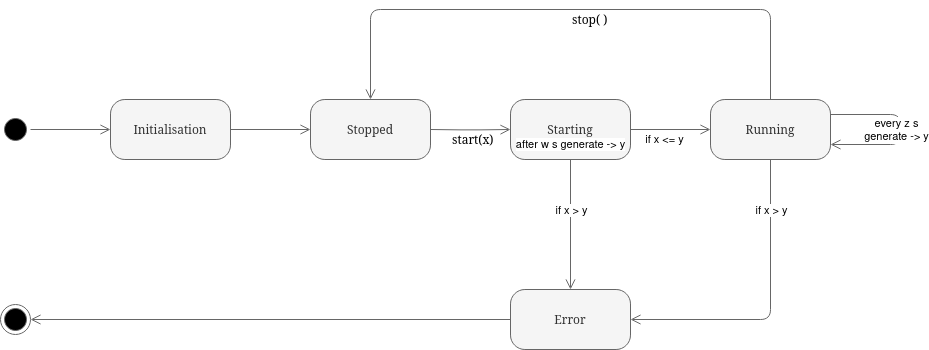
The draw.io diagram resources/state_diagram.png in danyk20/CMS_DAQ_simulation, before a commit. Source tidied: cells renumbered, new cells last; positions are measured from the earlier drawing's top-left corner, leaving out a move shared by most shapes. Its diagram source:
```xml
<mxGraphModel>
  <root>
    <mxCell id="0" />
    <mxCell id="1" parent="0" />
    <mxCell id="2" style="ellipse;html=1;shape=startState;fillColor=#000000;strokeColor=#666666;rounded=1;shadow=0;comic=0;labelBackgroundColor=none;fontFamily=Verdana;fontSize=12;fontColor=#000000;align=center;direction=south;" parent="1" vertex="1">
      <mxGeometry y="105" width="30" height="30" as="geometry" />
    </mxCell>
    <mxCell id="3" value="Initialisation" style="rounded=1;whiteSpace=wrap;html=1;arcSize=24;fillColor=#f5f5f5;strokeColor=#666666;shadow=0;comic=0;labelBackgroundColor=none;fontFamily=Verdana;fontSize=12;fontColor=#333333;align=center;" parent="1" vertex="1">
      <mxGeometry x="110" y="90" width="120" height="60" as="geometry" />
    </mxCell>
    <mxCell id="4" style="edgeStyle=orthogonalEdgeStyle;html=1;labelBackgroundColor=none;endArrow=open;endSize=8;strokeColor=#666666;fontFamily=Verdana;fontSize=12;align=left;" parent="1" edge="1" source="2" target="3">
      <mxGeometry relative="1" as="geometry" />
    </mxCell>
    <mxCell id="5" value="&lt;div&gt;Stopped&lt;/div&gt;" style="rounded=1;whiteSpace=wrap;html=1;arcSize=24;fillColor=#f5f5f5;strokeColor=#666666;shadow=0;comic=0;labelBackgroundColor=none;fontFamily=Verdana;fontSize=12;fontColor=#333333;align=center;" parent="1" vertex="1">
      <mxGeometry x="310" y="90" width="120" height="60" as="geometry" />
    </mxCell>
    <mxCell id="6" style="edgeStyle=orthogonalEdgeStyle;html=1;labelBackgroundColor=none;endArrow=open;endSize=8;strokeColor=#666666;fontFamily=Verdana;fontSize=12;align=left;entryX=0;entryY=0.5;entryDx=0;entryDy=0;exitX=1;exitY=0.5;exitDx=0;exitDy=0;" parent="1" edge="1" source="3" target="5">
      <mxGeometry relative="1" as="geometry" />
    </mxCell>
    <mxCell id="7" value="Starting" style="rounded=1;whiteSpace=wrap;html=1;arcSize=24;fillColor=#f5f5f5;strokeColor=#666666;shadow=0;comic=0;labelBackgroundColor=none;fontFamily=Verdana;fontSize=12;fontColor=#333333;align=center;" parent="1" vertex="1">
      <mxGeometry x="510" y="90" width="120" height="60" as="geometry" />
    </mxCell>
    <mxCell id="8" value="start(x)" style="edgeStyle=orthogonalEdgeStyle;html=1;labelBackgroundColor=none;endArrow=open;endSize=8;strokeColor=#666666;fontFamily=Verdana;fontSize=12;align=left;entryX=0;entryY=0.5;entryDx=0;entryDy=0;" parent="1" edge="1" target="7">
      <mxGeometry x="-0.5" y="-10" relative="1" as="geometry">
        <mxPoint x="430" y="120" as="sourcePoint" />
      </mxGeometry>
    </mxCell>
    <mxCell id="9" value="&lt;div&gt;Running&lt;/div&gt;" style="rounded=1;whiteSpace=wrap;html=1;arcSize=24;fillColor=#f5f5f5;strokeColor=#666666;shadow=0;comic=0;labelBackgroundColor=none;fontFamily=Verdana;fontSize=12;fontColor=#333333;align=center;" parent="1" vertex="1">
      <mxGeometry x="710" y="90" width="120" height="60" as="geometry" />
    </mxCell>
    <mxCell id="10" style="edgeStyle=orthogonalEdgeStyle;html=1;labelBackgroundColor=none;endArrow=open;endSize=8;strokeColor=#666666;fontFamily=Verdana;fontSize=12;align=left;exitX=1;exitY=0.5;exitDx=0;exitDy=0;" parent="1" edge="1" source="7" target="9">
      <mxGeometry relative="1" as="geometry" />
    </mxCell>
    <mxCell id="11" value="&lt;div&gt;Error&lt;/div&gt;" style="rounded=1;whiteSpace=wrap;html=1;arcSize=24;fillColor=#f5f5f5;strokeColor=#666666;shadow=0;comic=0;labelBackgroundColor=none;fontFamily=Verdana;fontSize=12;fontColor=#333333;align=center;" parent="1" vertex="1">
      <mxGeometry x="510" y="280" width="120" height="60" as="geometry" />
    </mxCell>
    <mxCell id="12" style="edgeStyle=orthogonalEdgeStyle;html=1;labelBackgroundColor=none;endArrow=open;endSize=8;strokeColor=#666666;fontFamily=Verdana;fontSize=12;align=left;entryX=0.5;entryY=0;entryDx=0;entryDy=0;exitX=0.5;exitY=1;exitDx=0;exitDy=0;" parent="1" edge="1" source="7" target="11">
      <mxGeometry relative="1" as="geometry" />
    </mxCell>
    <mxCell id="13" value="if x &amp;gt; y" style="edgeLabel;html=1;align=center;verticalAlign=middle;" parent="12" vertex="1">
      <mxGeometry x="-0.3" relative="1" as="geometry">
        <mxPoint y="4" as="offset" />
      </mxGeometry>
    </mxCell>
    <mxCell id="14" style="edgeStyle=orthogonalEdgeStyle;html=1;labelBackgroundColor=none;endArrow=open;endSize=8;strokeColor=#666666;fontFamily=Verdana;fontSize=12;align=left;entryX=1;entryY=0.5;entryDx=0;entryDy=0;exitX=0.5;exitY=1;exitDx=0;exitDy=0;" parent="1" edge="1" source="9" target="11">
      <mxGeometry relative="1" as="geometry" />
    </mxCell>
    <mxCell id="15" value="if x &amp;gt; y" style="edgeLabel;html=1;align=center;verticalAlign=middle;" parent="14" vertex="1">
      <mxGeometry x="-0.16" y="1" relative="1" as="geometry">
        <mxPoint x="-1" y="-76" as="offset" />
      </mxGeometry>
    </mxCell>
    <mxCell id="16" style="ellipse;html=1;shape=endState;fillColor=#000000;strokeColor=#666666;rounded=1;shadow=0;comic=0;labelBackgroundColor=none;fontFamily=Verdana;fontSize=12;fontColor=#000000;align=center;" parent="1" vertex="1">
      <mxGeometry y="295" width="30" height="30" as="geometry" />
    </mxCell>
    <mxCell id="17" style="edgeStyle=orthogonalEdgeStyle;html=1;labelBackgroundColor=none;endArrow=open;endSize=8;strokeColor=#666666;fontFamily=Verdana;fontSize=12;align=left;entryX=1;entryY=0.5;entryDx=0;entryDy=0;exitX=0;exitY=0.5;exitDx=0;exitDy=0;" parent="1" edge="1" source="11" target="16">
      <mxGeometry relative="1" as="geometry" />
    </mxCell>
    <mxCell id="18" value="stop( )" style="edgeStyle=orthogonalEdgeStyle;html=1;labelBackgroundColor=none;endArrow=open;endSize=8;strokeColor=#666666;fontFamily=Verdana;fontSize=12;align=left;entryX=0.5;entryY=0;entryDx=0;entryDy=0;exitX=0.5;exitY=0;exitDx=0;exitDy=0;" parent="1" edge="1" source="9" target="5">
      <mxGeometry y="10" relative="1" as="geometry">
        <Array as="points">
          <mxPoint x="770" />
          <mxPoint x="370" />
        </Array>
      </mxGeometry>
    </mxCell>
    <mxCell id="19" style="edgeStyle=orthogonalEdgeStyle;html=1;labelBackgroundColor=none;endArrow=open;endSize=8;strokeColor=#666666;fontFamily=Verdana;fontSize=12;align=left;entryX=1;entryY=0.75;entryDx=0;entryDy=0;exitX=1;exitY=0.25;exitDx=0;exitDy=0;" parent="1" edge="1" source="9" target="9">
      <mxGeometry relative="1" as="geometry">
        <Array as="points">
          <mxPoint x="900" y="105" />
          <mxPoint x="900" y="135" />
        </Array>
      </mxGeometry>
    </mxCell>
    <mxCell id="20" value="every z s&lt;br&gt;generate -&amp;gt; y" style="edgeLabel;html=1;align=center;verticalAlign=middle;" parent="19" vertex="1">
      <mxGeometry x="0.35" relative="1" as="geometry">
        <mxPoint x="10" y="-15" as="offset" />
      </mxGeometry>
    </mxCell>
    <mxCell id="21" value="after w s generate -&amp;gt; y" style="edgeLabel;html=1;align=center;verticalAlign=middle;" parent="1" vertex="1">
      <mxGeometry x="570" y="135" as="geometry" />
    </mxCell>
    <mxCell id="22" value="if x &amp;lt;= y" style="edgeLabel;html=1;align=center;verticalAlign=middle;" parent="1" vertex="1">
      <mxGeometry x="670" y="130" as="geometry">
        <mxPoint x="-6" as="offset" />
      </mxGeometry>
    </mxCell>
  </root>
</mxGraphModel>
```
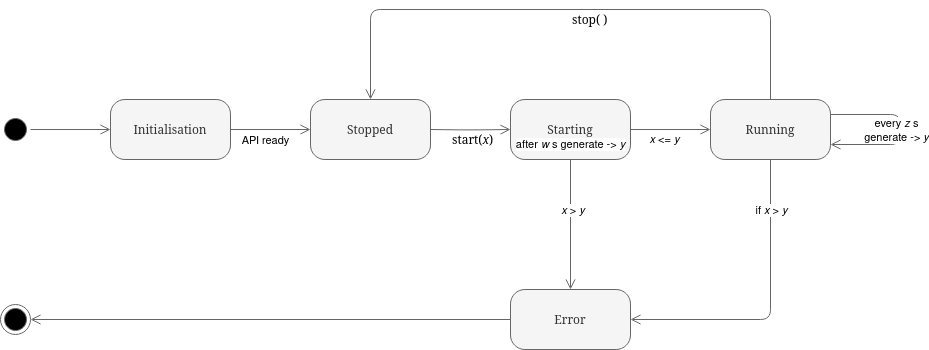
After the change.

The edit, as a diff of the source:
```diff
@@ -17,10 +17,15 @@
     <mxCell id="6" style="edgeStyle=orthogonalEdgeStyle;html=1;labelBackgroundColor=none;endArrow=open;endSize=8;strokeColor=#666666;fontFamily=Verdana;fontSize=12;align=left;entryX=0;entryY=0.5;entryDx=0;entryDy=0;exitX=1;exitY=0.5;exitDx=0;exitDy=0;" parent="1" edge="1" source="3" target="5">
       <mxGeometry relative="1" as="geometry" />
     </mxCell>
+    <mxCell id="23" value="API ready" style="edgeLabel;html=1;align=center;verticalAlign=middle;" parent="6" vertex="1">
+      <mxGeometry x="-0.16" y="1" relative="1" as="geometry">
+        <mxPoint y="11" as="offset" />
+      </mxGeometry>
+    </mxCell>
     <mxCell id="7" value="Starting" style="rounded=1;whiteSpace=wrap;html=1;arcSize=24;fillColor=#f5f5f5;strokeColor=#666666;shadow=0;comic=0;labelBackgroundColor=none;fontFamily=Verdana;fontSize=12;fontColor=#333333;align=center;" parent="1" vertex="1">
       <mxGeometry x="510" y="90" width="120" height="60" as="geometry" />
     </mxCell>
-    <mxCell id="8" value="start(x)" style="edgeStyle=orthogonalEdgeStyle;html=1;labelBackgroundColor=none;endArrow=open;endSize=8;strokeColor=#666666;fontFamily=Verdana;fontSize=12;align=left;entryX=0;entryY=0.5;entryDx=0;entryDy=0;" parent="1" edge="1" target="7">
+    <mxCell id="8" value="start(&lt;i&gt;x&lt;/i&gt;)" style="edgeStyle=orthogonalEdgeStyle;html=1;labelBackgroundColor=none;endArrow=open;endSize=8;strokeColor=#666666;fontFamily=Verdana;fontSize=12;align=left;entryX=0;entryY=0.5;entryDx=0;entryDy=0;" parent="1" edge="1" target="7">
       <mxGeometry x="-0.5" y="-10" relative="1" as="geometry">
         <mxPoint x="430" y="120" as="sourcePoint" />
       </mxGeometry>
@@ -37,7 +42,7 @@
     <mxCell id="12" style="edgeStyle=orthogonalEdgeStyle;html=1;labelBackgroundColor=none;endArrow=open;endSize=8;strokeColor=#666666;fontFamily=Verdana;fontSize=12;align=left;entryX=0.5;entryY=0;entryDx=0;entryDy=0;exitX=0.5;exitY=1;exitDx=0;exitDy=0;" parent="1" edge="1" source="7" target="11">
       <mxGeometry relative="1" as="geometry" />
     </mxCell>
-    <mxCell id="13" value="if x &amp;gt; y" style="edgeLabel;html=1;align=center;verticalAlign=middle;" parent="12" vertex="1">
+    <mxCell id="13" value="&amp;nbsp;&lt;i&gt;x&lt;/i&gt; &amp;gt; &lt;i&gt;y&lt;/i&gt;" style="edgeLabel;html=1;align=center;verticalAlign=middle;" parent="12" vertex="1">
       <mxGeometry x="-0.3" relative="1" as="geometry">
         <mxPoint y="4" as="offset" />
       </mxGeometry>
@@ -45,7 +50,7 @@
     <mxCell id="14" style="edgeStyle=orthogonalEdgeStyle;html=1;labelBackgroundColor=none;endArrow=open;endSize=8;strokeColor=#666666;fontFamily=Verdana;fontSize=12;align=left;entryX=1;entryY=0.5;entryDx=0;entryDy=0;exitX=0.5;exitY=1;exitDx=0;exitDy=0;" parent="1" edge="1" source="9" target="11">
       <mxGeometry relative="1" as="geometry" />
     </mxCell>
-    <mxCell id="15" value="if x &amp;gt; y" style="edgeLabel;html=1;align=center;verticalAlign=middle;" parent="14" vertex="1">
+    <mxCell id="15" value="if &lt;i&gt;x&lt;/i&gt; &amp;gt; &lt;i&gt;y&lt;/i&gt;" style="edgeLabel;html=1;align=center;verticalAlign=middle;" parent="14" vertex="1">
       <mxGeometry x="-0.16" y="1" relative="1" as="geometry">
         <mxPoint x="-1" y="-76" as="offset" />
       </mxGeometry>
@@ -72,15 +77,15 @@
         </Array>
       </mxGeometry>
     </mxCell>
-    <mxCell id="20" value="every z s&lt;br&gt;generate -&amp;gt; y" style="edgeLabel;html=1;align=center;verticalAlign=middle;" parent="19" vertex="1">
+    <mxCell id="20" value="every &lt;i&gt;z&lt;/i&gt; s&lt;br&gt;generate -&amp;gt; &lt;i&gt;y&lt;/i&gt;" style="edgeLabel;html=1;align=center;verticalAlign=middle;" parent="19" vertex="1">
       <mxGeometry x="0.35" relative="1" as="geometry">
         <mxPoint x="10" y="-15" as="offset" />
       </mxGeometry>
     </mxCell>
-    <mxCell id="21" value="after w s generate -&amp;gt; y" style="edgeLabel;html=1;align=center;verticalAlign=middle;" parent="1" vertex="1">
+    <mxCell id="21" value="after &lt;i&gt;w&lt;/i&gt; s generate -&amp;gt; &lt;i&gt;y&lt;/i&gt;" style="edgeLabel;html=1;align=center;verticalAlign=middle;" parent="1" vertex="1">
       <mxGeometry x="570" y="135" as="geometry" />
     </mxCell>
-    <mxCell id="22" value="if x &amp;lt;= y" style="edgeLabel;html=1;align=center;verticalAlign=middle;" parent="1" vertex="1">
+    <mxCell id="22" value="&lt;i&gt;x&lt;/i&gt; &amp;lt;= &lt;i&gt;y&lt;/i&gt;" style="edgeLabel;html=1;align=center;verticalAlign=middle;" parent="1" vertex="1">
       <mxGeometry x="670" y="130" as="geometry">
         <mxPoint x="-6" as="offset" />
       </mxGeometry>
```
